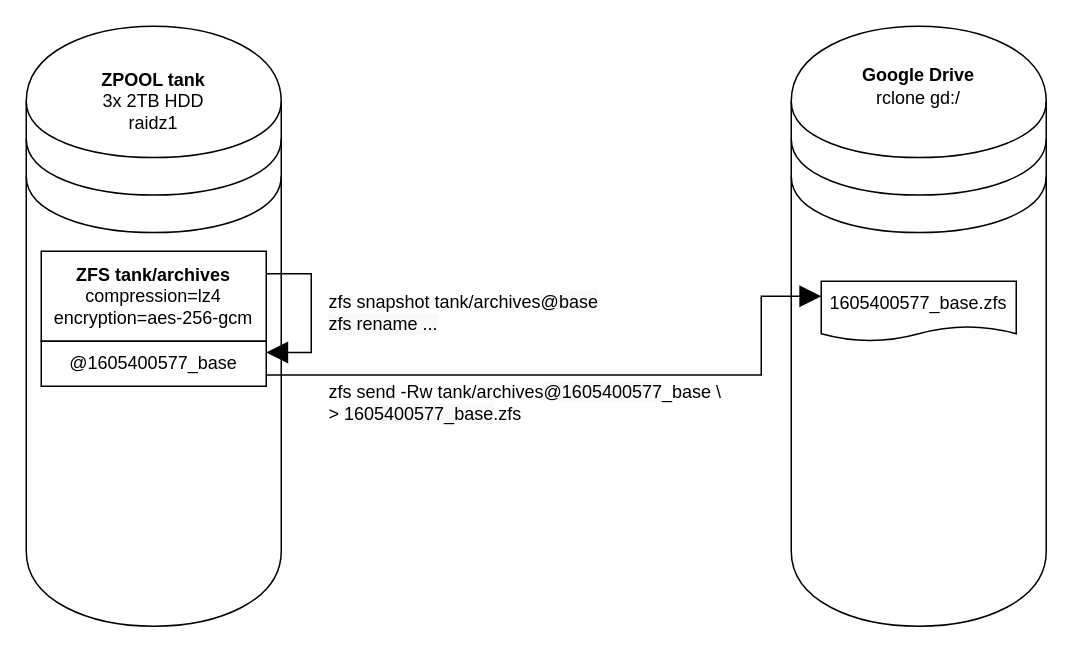
The draw.io diagram page "Initialize" (3 of 5) of docs/storage_architecture.drawio in jonmon6691/storage_architecture, before the edit. Source tidied: cells renumbered, new cells numbered last; positions are measured from the earlier drawing's top-left corner, leaving out a move shared by most shapes. Both pictures are drawn from the tidied source at 150%, with x=0, y=0 at pixel (26, 26).
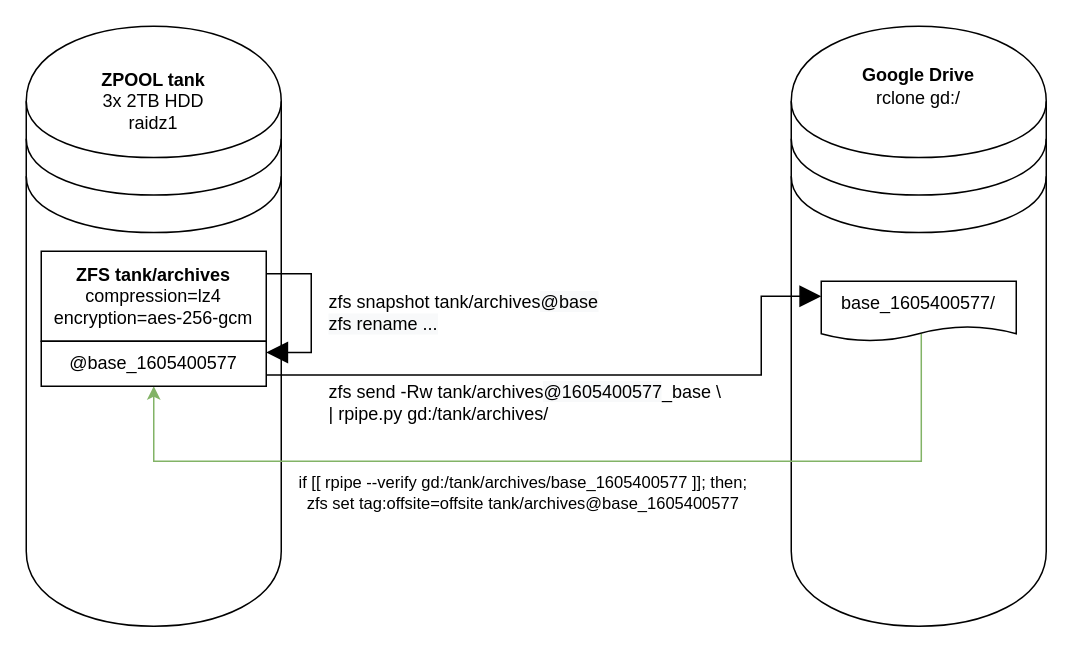
Above is the later version.

Unchanged cells that the change refers to:
```xml
<mxCell id="4" style="edgeStyle=orthogonalEdgeStyle;rounded=0;jettySize=auto;html=1;exitX=1;exitY=0.75;exitDx=0;exitDy=0;entryX=0;entryY=0.25;entryDx=0;entryDy=0;startSize=12;endArrow=block;endFill=1;endSize=12;fillColor=#ffffff;fontSize=16;" parent="1" edge="1" source="12" target="11">
  <mxGeometry relative="1" as="geometry">
    <Array as="points">
      <mxPoint x="490" y="233" />
      <mxPoint x="490" y="180" />
    </Array>
  </mxGeometry>
</mxCell>
```

The edit, as a diff of the source:
```diff
@@
-    <mxCell id="5" value="zfs send -Rw tank/archives&lt;span style=&quot;background-color: rgb(248, 249, 250); font-size: 12px;&quot;&gt;@1605400577&lt;/span&gt;_base \&lt;br style=&quot;font-size: 12px;&quot;&gt;&amp;gt;&amp;nbsp;&lt;span style=&quot;background-color: rgb(248, 249, 250); font-size: 12px;&quot;&gt;1605400577_base&lt;/span&gt;.zfs" style="edgeLabel;html=1;align=left;verticalAlign=middle;fontSize=12;" parent="4" vertex="1">
+    <mxCell id="5" value="zfs send -Rw tank/archives&lt;span style=&quot;background-color: rgb(248 , 249 , 250) ; font-size: 12px&quot;&gt;@1605400577&lt;/span&gt;_base \&lt;br style=&quot;font-size: 12px&quot;&gt;| rpipe.py gd:/tank/archives/" style="edgeLabel;html=1;align=left;verticalAlign=middle;fontSize=12;" parent="4" vertex="1">
       <mxGeometry x="-0.33" y="-1" relative="1" as="geometry">
         <mxPoint x="-102.1" y="16.5" as="offset" />
       </mxGeometry>
     </mxCell>
@@
+    <mxCell id="13" style="edgeStyle=orthogonalEdgeStyle;rounded=0;jettySize=auto;html=1;exitX=0.513;exitY=0.875;exitDx=0;exitDy=0;entryX=0.5;entryY=1;entryDx=0;entryDy=0;exitPerimeter=0;fillColor=#d5e8d4;strokeColor=#82b366;" parent="1" edge="1" source="11" target="12">
+      <mxGeometry relative="1" as="geometry">
+        <Array as="points">
+          <mxPoint x="597" y="290" />
+          <mxPoint x="85" y="290" />
+        </Array>
+      </mxGeometry>
+    </mxCell>
+    <mxCell id="14" value="&lt;div&gt;if [[ rpipe --verify gd:/tank/archives/base_1605400577 ]]; then;&lt;/div&gt;&lt;div&gt;zfs set tag:offsite=offsite tank/archives@base_1605400577&lt;br&gt;&lt;/div&gt;" style="edgeLabel;html=1;align=center;verticalAlign=middle;" parent="13" vertex="1">
+      <mxGeometry x="0.2" relative="1" as="geometry">
+        <mxPoint x="36.8" y="20" as="offset" />
+      </mxGeometry>
+    </mxCell>
-    <mxCell id="11" value="1605400577_base.zfs" style="shape=document;whiteSpace=wrap;html=1;boundedLbl=1;fillColor=none;align=center;size=0.25;" parent="1" vertex="1">
+    <mxCell id="11" value="base_1605400577/" style="shape=document;whiteSpace=wrap;html=1;boundedLbl=1;fillColor=none;align=center;size=0.25;" parent="1" vertex="1">
       <mxGeometry x="530" y="170" width="130" height="40" as="geometry" />
     </mxCell>
-    <mxCell id="12" value="@1605400577_base" style="rounded=0;whiteSpace=wrap;html=1;" parent="1" vertex="1">
+    <mxCell id="12" value="@base_1605400577" style="rounded=0;whiteSpace=wrap;html=1;" parent="1" vertex="1">
       <mxGeometry x="10" y="210" width="150" height="30" as="geometry" />
     </mxCell>
```
